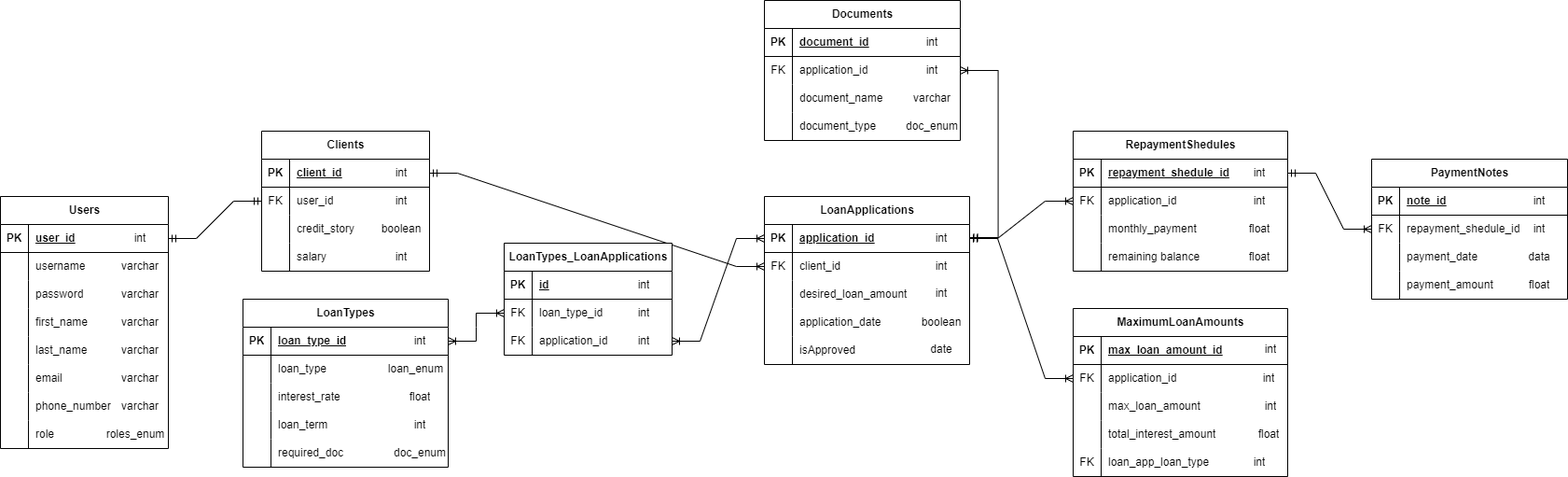
This is DataModelPG.png from alesanka/FinanceAdvisor, a draw.io export, as it was before one commit. Source tidied: cells renumbered, new cells last; positions are measured from the earlier drawing's top-left corner, leaving out a move shared by most shapes.
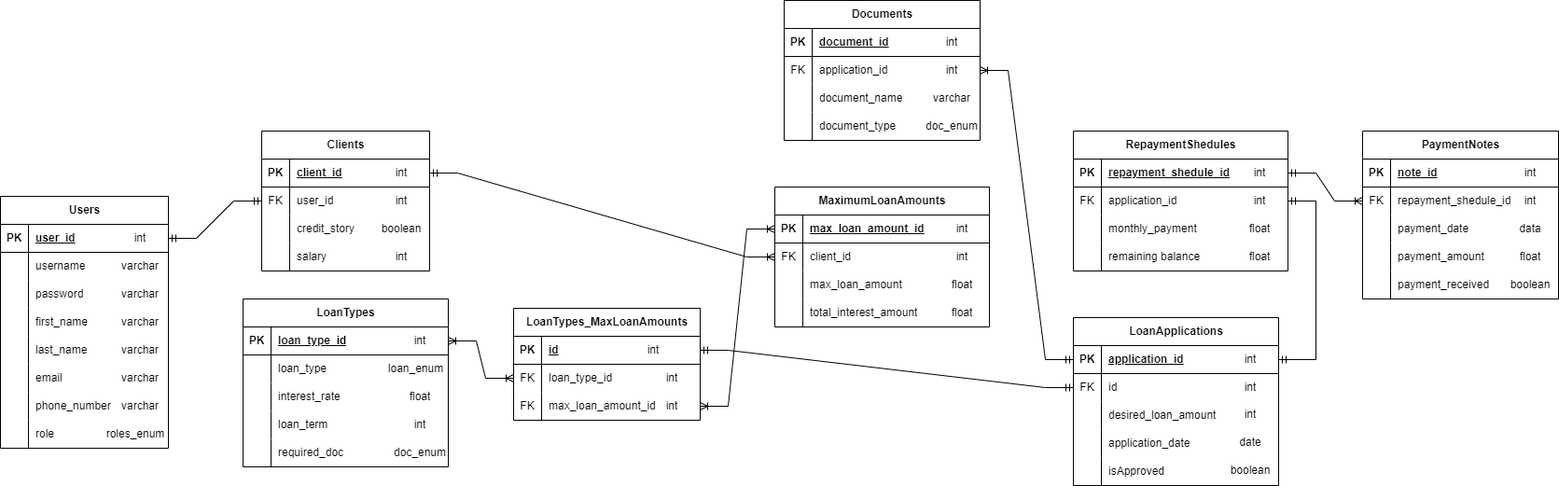
The same diagram one commit later.

Change to the diagram source:
```diff
@@ -170,3 +170,3 @@
     <mxCell id="57" value="Documents" style="shape=table;startSize=30;rowLines=0;fontStyle=1;align=center;html=1;" parent="1" vertex="1">
-      <mxGeometry x="819" width="210" height="150" as="geometry" />
+      <mxGeometry x="840" width="210" height="150" as="geometry" />
     </mxCell>
@@ -208,3 +208,3 @@
     </mxCell>
-    <mxCell id="70" style="edgeStyle=entityRelationEdgeStyle;fontSize=12;html=1;endArrow=ERoneToMany;startArrow=ERmandOne;rounded=0;exitX=1;exitY=0.5;exitDx=0;exitDy=0;entryX=0;entryY=0.5;entryDx=0;entryDy=0;" parent="1" edge="1" source="28" target="75">
+    <mxCell id="70" style="edgeStyle=entityRelationEdgeStyle;fontSize=12;html=1;endArrow=ERoneToMany;startArrow=ERmandOne;rounded=0;exitX=1;exitY=0.5;exitDx=0;exitDy=0;" parent="1" edge="1" source="28" target="91">
       <mxGeometry relative="1" as="geometry" />
@@ -212,3 +212,3 @@
     <mxCell id="71" value="LoanApplications" style="shape=table;startSize=30;rowLines=0;fontStyle=1;align=center;html=1;" parent="1" vertex="1">
-      <mxGeometry x="819" y="210" width="220" height="180" as="geometry" />
+      <mxGeometry x="1150" y="340" width="220" height="180" as="geometry" />
     </mxCell>
@@ -229,3 +229,3 @@
     </mxCell>
-    <mxCell id="77" value="client_id" style="shape=partialRectangle;fillColor=none;top=0;left=0;bottom=0;right=0;align=left;spacingLeft=6;overflow=hidden;whiteSpace=wrap;html=1;" parent="75" vertex="1">
+    <mxCell id="77" value="id" style="shape=partialRectangle;fillColor=none;top=0;left=0;bottom=0;right=0;align=left;spacingLeft=6;overflow=hidden;whiteSpace=wrap;html=1;" parent="75" vertex="1">
       <mxGeometry x="30" width="190" height="30" as="geometry" />
@@ -260,3 +260,3 @@
     <mxCell id="87" value="MaximumLoanAmounts" style="shape=table;startSize=30;rowLines=0;fontStyle=1;align=center;html=1;" parent="1" vertex="1">
-      <mxGeometry x="1150" y="330" width="230" height="180" as="geometry" />
+      <mxGeometry x="830" y="200" width="230" height="150" as="geometry" />
     </mxCell>
@@ -277,3 +277,3 @@
     </mxCell>
-    <mxCell id="93" value="application_id" style="shape=partialRectangle;fillColor=none;top=0;left=0;bottom=0;right=0;align=left;spacingLeft=6;overflow=hidden;whiteSpace=wrap;html=1;" parent="91" vertex="1">
+    <mxCell id="93" value="client_id" style="shape=partialRectangle;fillColor=none;top=0;left=0;bottom=0;right=0;align=left;spacingLeft=6;overflow=hidden;whiteSpace=wrap;html=1;" parent="91" vertex="1">
       <mxGeometry x="30" width="200" height="30" as="geometry" />
@@ -298,11 +298,2 @@
     </mxCell>
-    <mxCell id="100" style="shape=tableRow;horizontal=0;startSize=0;swimlaneHead=0;swimlaneBody=0;fillColor=none;top=0;left=0;right=0;bottom=0;" parent="87" vertex="1">
-      <mxGeometry y="150" width="230" height="30" as="geometry" />
-    </mxCell>
-    <mxCell id="101" value="FK" style="shape=partialRectangle;fillColor=none;top=0;left=0;bottom=0;right=0;fontStyle=0;overflow=hidden;whiteSpace=wrap;html=1;" parent="100" vertex="1">
-      <mxGeometry width="30" height="30" as="geometry" />
-    </mxCell>
-    <mxCell id="102" value="loan_app_loan_type" style="shape=partialRectangle;fillColor=none;top=0;left=0;bottom=0;right=0;align=left;spacingLeft=6;fontStyle=0;overflow=hidden;whiteSpace=wrap;html=1;" parent="100" vertex="1">
-      <mxGeometry x="30" width="200" height="30" as="geometry" />
-    </mxCell>
     <mxCell id="103" value="RepaymentShedules" style="shape=table;startSize=30;rowLines=0;fontStyle=1;align=center;html=1;" parent="1" vertex="1">
@@ -347,3 +338,3 @@
     <mxCell id="116" value="PaymentNotes" style="shape=table;startSize=30;rowLines=0;fontStyle=1;align=center;html=1;" parent="1" vertex="1">
-      <mxGeometry x="1470" y="170" width="210" height="150" as="geometry" />
+      <mxGeometry x="1460" y="140" width="210" height="180" as="geometry" />
     </mxCell>
@@ -385,2 +376,11 @@
     </mxCell>
+    <mxCell id="189" style="shape=tableRow;horizontal=0;startSize=0;swimlaneHead=0;swimlaneBody=0;fillColor=none;top=0;left=0;right=0;bottom=0;" parent="116" vertex="1">
+      <mxGeometry y="150" width="210" height="30" as="geometry" />
+    </mxCell>
+    <mxCell id="190" style="shape=partialRectangle;fillColor=none;top=0;left=0;bottom=0;right=0;fontStyle=0;overflow=hidden;whiteSpace=wrap;html=1;" parent="189" vertex="1">
+      <mxGeometry width="30" height="30" as="geometry" />
+    </mxCell>
+    <mxCell id="191" value="payment_received" style="shape=partialRectangle;fillColor=none;top=0;left=0;bottom=0;right=0;align=left;spacingLeft=6;fontStyle=0;overflow=hidden;whiteSpace=wrap;html=1;" parent="189" vertex="1">
+      <mxGeometry x="30" width="180" height="30" as="geometry" />
+    </mxCell>
     <mxCell id="129" style="edgeStyle=entityRelationEdgeStyle;fontSize=12;html=1;endArrow=ERoneToMany;startArrow=ERmandOne;rounded=0;entryX=0;entryY=0.5;entryDx=0;entryDy=0;" parent="1" edge="1" source="104" target="120">
@@ -413,12 +413,12 @@
     <mxCell id="138" value="int" style="shape=partialRectangle;fillColor=none;top=0;left=0;bottom=0;right=0;overflow=hidden;whiteSpace=wrap;html=1;" parent="1" vertex="1">
-      <mxGeometry x="969" y="30" width="60" height="30" as="geometry" />
+      <mxGeometry x="990" y="30" width="60" height="30" as="geometry" />
     </mxCell>
     <mxCell id="139" value="int" style="shape=partialRectangle;fillColor=none;top=0;left=0;bottom=0;right=0;overflow=hidden;whiteSpace=wrap;html=1;" parent="1" vertex="1">
-      <mxGeometry x="969" y="60" width="60" height="30" as="geometry" />
+      <mxGeometry x="990" y="60" width="60" height="30" as="geometry" />
     </mxCell>
     <mxCell id="140" value="varchar" style="shape=partialRectangle;fillColor=none;top=0;left=0;bottom=0;right=0;overflow=hidden;whiteSpace=wrap;html=1;" parent="1" vertex="1">
-      <mxGeometry x="969" y="90" width="60" height="30" as="geometry" />
+      <mxGeometry x="990" y="90" width="60" height="30" as="geometry" />
     </mxCell>
     <mxCell id="141" value="doc_enum" style="shape=partialRectangle;fillColor=none;top=0;left=0;bottom=0;right=0;overflow=hidden;whiteSpace=wrap;html=1;" parent="1" vertex="1">
-      <mxGeometry x="969" y="120" width="60" height="30" as="geometry" />
+      <mxGeometry x="990" y="120" width="60" height="30" as="geometry" />
     </mxCell>
@@ -443,6 +443,6 @@
     <mxCell id="148" value="int" style="shape=partialRectangle;fillColor=none;top=0;left=0;bottom=0;right=0;overflow=hidden;whiteSpace=wrap;html=1;" parent="1" vertex="1">
-      <mxGeometry x="979" y="240" width="60" height="30" as="geometry" />
+      <mxGeometry x="1310" y="370" width="60" height="30" as="geometry" />
     </mxCell>
     <mxCell id="149" value="int" style="shape=partialRectangle;fillColor=none;top=0;left=0;bottom=0;right=0;overflow=hidden;whiteSpace=wrap;html=1;" parent="1" vertex="1">
-      <mxGeometry x="979" y="270" width="60" height="30" as="geometry" />
+      <mxGeometry x="1310" y="400" width="60" height="30" as="geometry" />
     </mxCell>
@@ -458,24 +458,21 @@
     <mxCell id="153" value="float" style="shape=partialRectangle;fillColor=none;top=0;left=0;bottom=0;right=0;overflow=hidden;whiteSpace=wrap;html=1;" parent="1" vertex="1">
-      <mxGeometry x="1320" y="260" width="60" height="30" as="geometry" />
+      <mxGeometry x="1001" y="290" width="60" height="30" as="geometry" />
     </mxCell>
     <mxCell id="154" value="int" style="shape=partialRectangle;fillColor=none;top=0;left=0;bottom=0;right=0;overflow=hidden;whiteSpace=wrap;html=1;" parent="1" vertex="1">
-      <mxGeometry x="1332" y="359" width="60" height="30" as="geometry" />
+      <mxGeometry x="1001" y="230" width="60" height="30" as="geometry" />
     </mxCell>
     <mxCell id="155" value="int" style="shape=partialRectangle;fillColor=none;top=0;left=0;bottom=0;right=0;overflow=hidden;whiteSpace=wrap;html=1;" parent="1" vertex="1">
-      <mxGeometry x="1330" y="390" width="60" height="30" as="geometry" />
+      <mxGeometry x="1001" y="260" width="60" height="30" as="geometry" />
     </mxCell>
-    <mxCell id="156" value="int" style="shape=partialRectangle;fillColor=none;top=0;left=0;bottom=0;right=0;overflow=hidden;whiteSpace=wrap;html=1;" parent="1" vertex="1">
-      <mxGeometry x="1332" y="420" width="60" height="30" as="geometry" />
-    </mxCell>
     <mxCell id="157" value="float" style="shape=partialRectangle;fillColor=none;top=0;left=0;bottom=0;right=0;overflow=hidden;whiteSpace=wrap;html=1;" parent="1" vertex="1">
-      <mxGeometry x="1330" y="450" width="60" height="30" as="geometry" />
+      <mxGeometry x="1001" y="320" width="60" height="30" as="geometry" />
     </mxCell>
     <mxCell id="158" value="int" style="shape=partialRectangle;fillColor=none;top=0;left=0;bottom=0;right=0;overflow=hidden;whiteSpace=wrap;html=1;" parent="1" vertex="1">
-      <mxGeometry x="1620" y="200" width="60" height="30" as="geometry" />
+      <mxGeometry x="1610" y="170" width="60" height="30" as="geometry" />
     </mxCell>
     <mxCell id="159" value="int" style="shape=partialRectangle;fillColor=none;top=0;left=0;bottom=0;right=0;overflow=hidden;whiteSpace=wrap;html=1;" parent="1" vertex="1">
-      <mxGeometry x="1620" y="230" width="60" height="30" as="geometry" />
+      <mxGeometry x="1610" y="200" width="60" height="30" as="geometry" />
     </mxCell>
     <mxCell id="160" value="data" style="shape=partialRectangle;fillColor=none;top=0;left=0;bottom=0;right=0;overflow=hidden;whiteSpace=wrap;html=1;" parent="1" vertex="1">
-      <mxGeometry x="1620" y="260" width="60" height="30" as="geometry" />
+      <mxGeometry x="1610" y="230" width="60" height="30" as="geometry" />
     </mxCell>
@@ -487,18 +484,13 @@
     </mxCell>
-    <mxCell id="163" style="edgeStyle=entityRelationEdgeStyle;fontSize=12;html=1;endArrow=ERoneToMany;startArrow=ERmandOne;rounded=0;" parent="1" edge="1" target="61">
-      <mxGeometry relative="1" as="geometry">
-        <mxPoint x="1039.6" y="254" as="sourcePoint" />
-      </mxGeometry>
-    </mxCell>
     <mxCell id="164" value="int" style="shape=partialRectangle;fillColor=none;top=0;left=0;bottom=0;right=0;overflow=hidden;whiteSpace=wrap;html=1;" parent="1" vertex="1">
-      <mxGeometry x="660" y="290" width="60" height="30" as="geometry" />
+      <mxGeometry x="670" y="360" width="60" height="30" as="geometry" />
     </mxCell>
     <mxCell id="165" value="int" style="shape=partialRectangle;fillColor=none;top=0;left=0;bottom=0;right=0;overflow=hidden;whiteSpace=wrap;html=1;" parent="1" vertex="1">
-      <mxGeometry x="979" y="299" width="60" height="30" as="geometry" />
+      <mxGeometry x="1310" y="429" width="60" height="30" as="geometry" />
     </mxCell>
-    <mxCell id="166" value="LoanTypes_LoanApplications" style="shape=table;startSize=30;rowLines=0;fontStyle=1;align=center;html=1;" parent="1" vertex="1">
-      <mxGeometry x="540" y="260" width="180" height="120" as="geometry" />
+    <mxCell id="166" value="LoanTypes_MaxLoanAmounts" style="shape=table;startSize=30;rowLines=0;fontStyle=1;align=center;html=1;" parent="1" vertex="1">
+      <mxGeometry x="550" y="330" width="200" height="120" as="geometry" />
     </mxCell>
     <mxCell id="167" style="shape=tableRow;horizontal=0;startSize=0;swimlaneHead=0;swimlaneBody=0;fillColor=none;points=[[0,0.5],[1,0.5]];portConstraint=eastwest;top=0;left=0;right=0;bottom=1;" parent="166" vertex="1">
-      <mxGeometry y="30" width="180" height="30" as="geometry" />
+      <mxGeometry y="30" width="200" height="30" as="geometry" />
     </mxCell>
@@ -508,6 +500,6 @@
     <mxCell id="169" value="id" style="shape=partialRectangle;fillColor=none;top=0;left=0;bottom=0;right=0;align=left;spacingLeft=6;fontStyle=5;overflow=hidden;whiteSpace=wrap;html=1;" parent="167" vertex="1">
-      <mxGeometry x="30" width="150" height="30" as="geometry" />
+      <mxGeometry x="30" width="170" height="30" as="geometry" />
     </mxCell>
     <mxCell id="170" style="shape=tableRow;horizontal=0;startSize=0;swimlaneHead=0;swimlaneBody=0;fillColor=none;points=[[0,0.5],[1,0.5]];portConstraint=eastwest;top=0;left=0;right=0;bottom=0;" parent="166" vertex="1">
-      <mxGeometry y="60" width="180" height="30" as="geometry" />
+      <mxGeometry y="60" width="200" height="30" as="geometry" />
     </mxCell>
@@ -517,6 +509,6 @@
     <mxCell id="172" value="loan_type_id" style="shape=partialRectangle;fillColor=none;top=0;left=0;bottom=0;right=0;align=left;spacingLeft=6;overflow=hidden;whiteSpace=wrap;html=1;" parent="170" vertex="1">
-      <mxGeometry x="30" width="150" height="30" as="geometry" />
+      <mxGeometry x="30" width="170" height="30" as="geometry" />
     </mxCell>
     <mxCell id="173" style="shape=tableRow;horizontal=0;startSize=0;swimlaneHead=0;swimlaneBody=0;fillColor=none;points=[[0,0.5],[1,0.5]];portConstraint=eastwest;top=0;left=0;right=0;bottom=0;" parent="166" vertex="1">
-      <mxGeometry y="90" width="180" height="30" as="geometry" />
+      <mxGeometry y="90" width="200" height="30" as="geometry" />
     </mxCell>
@@ -525,10 +517,10 @@
     </mxCell>
-    <mxCell id="175" value="application_id" style="shape=partialRectangle;fillColor=none;top=0;left=0;bottom=0;right=0;align=left;spacingLeft=6;overflow=hidden;whiteSpace=wrap;html=1;" parent="173" vertex="1">
-      <mxGeometry x="30" width="150" height="30" as="geometry" />
+    <mxCell id="175" value="max_loan_amount_id" style="shape=partialRectangle;fillColor=none;top=0;left=0;bottom=0;right=0;align=left;spacingLeft=6;overflow=hidden;whiteSpace=wrap;html=1;" parent="173" vertex="1">
+      <mxGeometry x="30" width="170" height="30" as="geometry" />
     </mxCell>
     <mxCell id="176" value="int" style="shape=partialRectangle;fillColor=none;top=0;left=0;bottom=0;right=0;overflow=hidden;whiteSpace=wrap;html=1;" parent="1" vertex="1">
-      <mxGeometry x="660" y="320" width="60" height="30" as="geometry" />
+      <mxGeometry x="690" y="390" width="60" height="30" as="geometry" />
     </mxCell>
     <mxCell id="177" value="int" style="shape=partialRectangle;fillColor=none;top=0;left=0;bottom=0;right=0;overflow=hidden;whiteSpace=wrap;html=1;" parent="1" vertex="1">
-      <mxGeometry x="660" y="350" width="60" height="30" as="geometry" />
+      <mxGeometry x="690" y="420" width="60" height="30" as="geometry" />
     </mxCell>
@@ -537,3 +529,3 @@
     </mxCell>
-    <mxCell id="179" style="edgeStyle=entityRelationEdgeStyle;fontSize=12;html=1;endArrow=ERoneToMany;startArrow=ERoneToMany;rounded=0;" parent="1" edge="1" source="173" target="72">
+    <mxCell id="179" style="edgeStyle=entityRelationEdgeStyle;fontSize=12;html=1;endArrow=ERoneToMany;startArrow=ERoneToMany;rounded=0;" parent="1" edge="1" source="173" target="88">
       <mxGeometry relative="1" as="geometry" />
@@ -544,3 +536,3 @@
     <mxCell id="181" value="float" style="shape=partialRectangle;fillColor=none;top=0;left=0;bottom=0;right=0;overflow=hidden;whiteSpace=wrap;html=1;" parent="1" vertex="1">
-      <mxGeometry x="1620" y="290" width="60" height="30" as="geometry" />
+      <mxGeometry x="1610" y="260" width="60" height="30" as="geometry" />
     </mxCell>
@@ -553,16 +545,22 @@
     <mxCell id="184" value="date" style="shape=partialRectangle;fillColor=none;top=0;left=0;bottom=0;right=0;overflow=hidden;whiteSpace=wrap;html=1;" parent="1" vertex="1">
-      <mxGeometry x="979" y="359" width="60" height="30" as="geometry" />
+      <mxGeometry x="1310" y="459" width="60" height="30" as="geometry" />
     </mxCell>
-    <mxCell id="185" value="int" style="shape=partialRectangle;fillColor=none;top=0;left=0;bottom=0;right=0;overflow=hidden;whiteSpace=wrap;html=1;" parent="1" vertex="1">
-      <mxGeometry x="1320" y="480" width="60" height="30" as="geometry" />
-    </mxCell>
-    <mxCell id="186" style="edgeStyle=entityRelationEdgeStyle;fontSize=12;html=1;endArrow=ERoneToMany;startArrow=ERmandOne;rounded=0;" parent="1" edge="1" source="72" target="91">
-      <mxGeometry relative="1" as="geometry" />
-    </mxCell>
     <mxCell id="187" value="boolean" style="shape=partialRectangle;fillColor=none;top=0;left=0;bottom=0;right=0;overflow=hidden;whiteSpace=wrap;html=1;" parent="1" vertex="1">
-      <mxGeometry x="979" y="330" width="60" height="30" as="geometry" />
+      <mxGeometry x="1310" y="489" width="60" height="30" as="geometry" />
     </mxCell>
+    <mxCell id="192" style="edgeStyle=entityRelationEdgeStyle;fontSize=12;html=1;endArrow=ERmandOne;startArrow=ERmandOne;rounded=0;" parent="1" edge="1" source="167" target="75">
+      <mxGeometry relative="1" as="geometry" />
+    </mxCell>
+    <mxCell id="193" style="edgeStyle=entityRelationEdgeStyle;fontSize=12;html=1;endArrow=ERoneToMany;startArrow=ERmandOne;rounded=0;" parent="1" edge="1" source="72" target="61">
+      <mxGeometry relative="1" as="geometry" />
+    </mxCell>
-    <mxCell id="188" style="edgeStyle=entityRelationEdgeStyle;fontSize=12;html=1;endArrow=ERoneToMany;startArrow=ERmandOne;rounded=0;" parent="1" edge="1" source="72" target="107">
+    <mxCell id="188" style="edgeStyle=entityRelationEdgeStyle;fontSize=12;html=1;endArrow=ERmandOne;startArrow=ERmandOne;rounded=0;" parent="1" edge="1" source="72" target="107">
       <mxGeometry relative="1" as="geometry" />
     </mxCell>
+    <mxCell id="194" value="float" style="shape=partialRectangle;fillColor=none;top=0;left=0;bottom=0;right=0;overflow=hidden;whiteSpace=wrap;html=1;" parent="1" vertex="1">
+      <mxGeometry x="1320" y="260" width="60" height="30" as="geometry" />
+    </mxCell>
+    <mxCell id="195" value="boolean" style="shape=partialRectangle;fillColor=none;top=0;left=0;bottom=0;right=0;overflow=hidden;whiteSpace=wrap;html=1;" parent="1" vertex="1">
+      <mxGeometry x="1610" y="290" width="60" height="30" as="geometry" />
+    </mxCell>
   </root>
```
